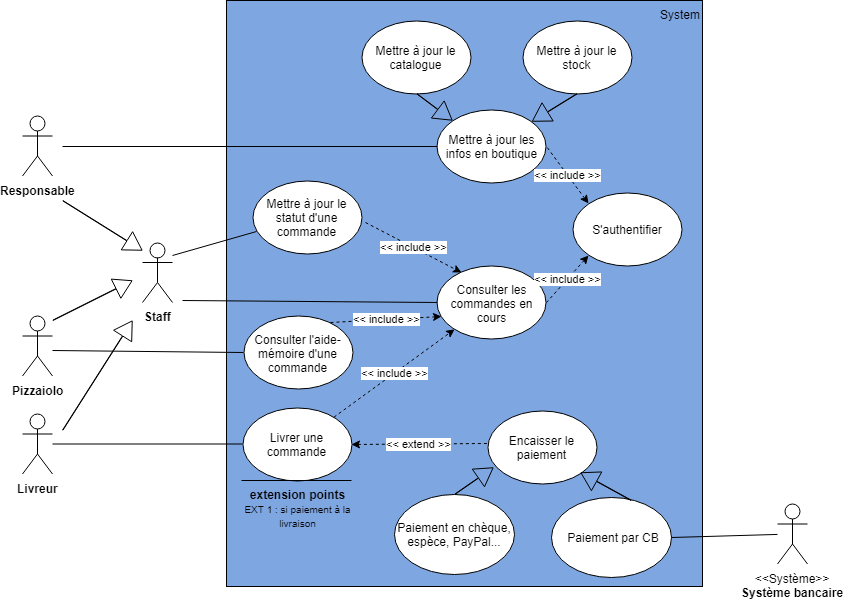
Earlier version of the draw.io export Diagrammes/Diagramme CU Gestion Interne.png (Siridian/OCPizzaSpecFonc). Source tidied: cells renumbered, new cells last; positions are measured from the earlier drawing's top-left corner, leaving out a move shared by most shapes. Its diagram source:
```xml
<mxGraphModel>
  <root>
    <mxCell id="0" />
    <mxCell id="1" parent="0" />
    <mxCell id="2" value="&lt;div style=&quot;text-align: left&quot;&gt;&lt;span&gt;System&lt;/span&gt;&lt;/div&gt;" style="whiteSpace=wrap;html=1;horizontal=1;fillColor=#7EA6E0;verticalAlign=top;labelPosition=center;verticalLabelPosition=middle;align=right;spacingLeft=325;" parent="1" vertex="1">
      <mxGeometry x="204" width="476" height="586" as="geometry" />
    </mxCell>
    <mxCell id="3" value="&lt;b&gt;Responsable&lt;/b&gt;&lt;br&gt;" style="shape=umlActor;verticalLabelPosition=bottom;labelBackgroundColor=#ffffff;verticalAlign=top;html=1;" parent="1" vertex="1">
      <mxGeometry y="115.5" width="30" height="60" as="geometry" />
    </mxCell>
    <mxCell id="4" value="&lt;b&gt;Pizzaiolo&lt;/b&gt;" style="shape=umlActor;verticalLabelPosition=bottom;labelBackgroundColor=#ffffff;verticalAlign=top;html=1;" parent="1" vertex="1">
      <mxGeometry y="315.5" width="30" height="60" as="geometry" />
    </mxCell>
    <mxCell id="5" value="&lt;b&gt;Livreur&lt;br&gt;&lt;/b&gt;&lt;br&gt;" style="shape=umlActor;verticalLabelPosition=bottom;labelBackgroundColor=#ffffff;verticalAlign=top;html=1;outlineConnect=0;" parent="1" vertex="1">
      <mxGeometry y="413.5" width="30" height="60" as="geometry" />
    </mxCell>
    <mxCell id="6" value="Consulter les commandes en cours" style="ellipse;whiteSpace=wrap;html=1;" parent="1" vertex="1">
      <mxGeometry x="414.5" y="265.5" width="109" height="73" as="geometry" />
    </mxCell>
    <mxCell id="7" value="&amp;lt;&amp;lt; include &amp;gt;&amp;gt;" style="endArrow=classic;html=1;dashed=1;" parent="1" edge="1" source="9" target="6">
      <mxGeometry relative="1" as="geometry" />
    </mxCell>
    <mxCell id="8" value="Consulter l'aide-mémoire d'une commande" style="ellipse;whiteSpace=wrap;html=1;" parent="1" vertex="1">
      <mxGeometry x="221" y="315.5" width="109" height="73" as="geometry" />
    </mxCell>
    <mxCell id="9" value="Livrer une commande&lt;br&gt;" style="ellipse;whiteSpace=wrap;html=1;" parent="1" vertex="1">
      <mxGeometry x="220" y="407" width="109" height="73" as="geometry" />
    </mxCell>
    <mxCell id="10" value="Mettre à jour le catalogue" style="ellipse;whiteSpace=wrap;html=1;" parent="1" vertex="1">
      <mxGeometry x="339" y="20" width="109" height="73" as="geometry" />
    </mxCell>
    <mxCell id="11" value="Mettre à jour les infos en boutique&lt;br&gt;" style="ellipse;whiteSpace=wrap;html=1;" parent="1" vertex="1">
      <mxGeometry x="414.5" y="109" width="109" height="73" as="geometry" />
    </mxCell>
    <mxCell id="12" style="endArrow=none;html=1;endFill=0;entryX=0;entryY=0.5;entryDx=0;entryDy=0;" parent="1" edge="1" target="11">
      <mxGeometry relative="1" as="geometry">
        <mxPoint x="40" y="146" as="sourcePoint" />
      </mxGeometry>
    </mxCell>
    <mxCell id="13" value="&amp;lt;&amp;lt; include &amp;gt;&amp;gt;" style="endArrow=classic;html=1;dashed=1;exitX=0.799;exitY=0.091;exitDx=0;exitDy=0;entryX=0.041;entryY=0.688;entryDx=0;entryDy=0;exitPerimeter=0;entryPerimeter=0;" parent="1" edge="1" source="8" target="6">
      <mxGeometry relative="1" as="geometry" />
    </mxCell>
    <mxCell id="14" style="endArrow=none;html=1;endFill=0;entryX=0;entryY=0.5;entryDx=0;entryDy=0;" parent="1" edge="1" target="8">
      <mxGeometry relative="1" as="geometry">
        <mxPoint x="30" y="350" as="sourcePoint" />
      </mxGeometry>
    </mxCell>
    <mxCell id="15" style="endArrow=none;html=1;endFill=0;" parent="1" edge="1" source="5" target="9">
      <mxGeometry relative="1" as="geometry" />
    </mxCell>
    <mxCell id="16" style="endArrow=none;html=1;endFill=0;entryX=0;entryY=0.5;entryDx=0;entryDy=0;" parent="1" edge="1" target="6">
      <mxGeometry relative="1" as="geometry">
        <mxPoint x="160" y="300" as="sourcePoint" />
      </mxGeometry>
    </mxCell>
    <mxCell id="17" value="Mettre à jour le stock" style="ellipse;whiteSpace=wrap;html=1;" parent="1" vertex="1">
      <mxGeometry x="500" y="20" width="109" height="73" as="geometry" />
    </mxCell>
    <mxCell id="18" style="shape=flexArrow;endArrow=classic;html=1;width=0.4;endSize=5.616;exitX=0.5;exitY=1;exitDx=0;exitDy=0;" parent="1" edge="1" source="17" target="11">
      <mxGeometry relative="1" as="geometry" />
    </mxCell>
    <mxCell id="19" style="shape=flexArrow;endArrow=classic;html=1;width=0.4;endSize=5.616;exitX=0.5;exitY=1;exitDx=0;exitDy=0;entryX=0;entryY=0;entryDx=0;entryDy=0;" parent="1" edge="1" source="10" target="11">
      <mxGeometry relative="1" as="geometry" />
    </mxCell>
    <mxCell id="20" value="S'authentifier&lt;br&gt;" style="ellipse;whiteSpace=wrap;html=1;" parent="1" vertex="1">
      <mxGeometry x="550" y="192.5" width="109" height="73" as="geometry" />
    </mxCell>
    <mxCell id="21" value="&amp;lt;&amp;lt; include &amp;gt;&amp;gt;" style="endArrow=none;html=1;dashed=1;exitX=0;exitY=1;exitDx=0;exitDy=0;entryX=1;entryY=0.5;entryDx=0;entryDy=0;endFill=0;startArrow=classic;startFill=1;" parent="1" edge="1" source="20" target="6">
      <mxGeometry relative="1" as="geometry" />
    </mxCell>
    <mxCell id="22" value="&amp;lt;&amp;lt; include &amp;gt;&amp;gt;" style="endArrow=none;html=1;dashed=1;exitX=0;exitY=0;exitDx=0;exitDy=0;entryX=1;entryY=0.5;entryDx=0;entryDy=0;endFill=0;startArrow=classic;startFill=1;" parent="1" edge="1" source="20" target="11">
      <mxGeometry relative="1" as="geometry" />
    </mxCell>
    <mxCell id="23" value="Mettre à jour le statut d'une commande" style="ellipse;whiteSpace=wrap;html=1;" parent="1" vertex="1">
      <mxGeometry x="230" y="180" width="109" height="73" as="geometry" />
    </mxCell>
    <mxCell id="24" style="endArrow=none;html=1;endFill=0;entryX=0.041;entryY=0.704;entryDx=0;entryDy=0;entryPerimeter=0;" parent="1" edge="1" target="23">
      <mxGeometry relative="1" as="geometry">
        <mxPoint x="150" y="255" as="sourcePoint" />
      </mxGeometry>
    </mxCell>
    <mxCell id="25" value="&amp;lt;&amp;lt; include &amp;gt;&amp;gt;" style="endArrow=classic;html=1;dashed=1;exitX=1.035;exitY=0.577;exitDx=0;exitDy=0;entryX=0.229;entryY=0.095;entryDx=0;entryDy=0;exitPerimeter=0;entryPerimeter=0;" parent="1" edge="1" source="23" target="6">
      <mxGeometry relative="1" as="geometry" />
    </mxCell>
    <mxCell id="26" value="Encaisser le paiement&lt;br&gt;" style="ellipse;whiteSpace=wrap;html=1;" parent="1" vertex="1">
      <mxGeometry x="465" y="410" width="109" height="73" as="geometry" />
    </mxCell>
    <mxCell id="27" value="Paiement par CB" style="ellipse;whiteSpace=wrap;html=1;" parent="1" vertex="1">
      <mxGeometry x="529" y="497" width="120" height="80" as="geometry" />
    </mxCell>
    <mxCell id="28" value="Paiement en chèque, espèce, PayPal..." style="ellipse;whiteSpace=wrap;html=1;" parent="1" vertex="1">
      <mxGeometry x="371.5" y="493.5" width="120" height="80" as="geometry" />
    </mxCell>
    <mxCell id="29" style="shape=flexArrow;endArrow=classic;html=1;width=0.4;endSize=5.616;exitX=0.5;exitY=0;exitDx=0;exitDy=0;entryX=0.051;entryY=0.776;entryDx=0;entryDy=0;entryPerimeter=0;" parent="1" edge="1" source="28" target="26">
      <mxGeometry relative="1" as="geometry" />
    </mxCell>
    <mxCell id="30" style="shape=flexArrow;endArrow=classic;html=1;width=0.4;endSize=5.616;exitX=0.666;exitY=0.033;exitDx=0;exitDy=0;entryX=1;entryY=1;entryDx=0;entryDy=0;exitPerimeter=0;" parent="1" edge="1" source="27" target="26">
      <mxGeometry relative="1" as="geometry" />
    </mxCell>
    <mxCell id="31" value="&lt;b&gt;Staff&lt;/b&gt;" style="shape=umlActor;verticalLabelPosition=bottom;labelBackgroundColor=#ffffff;verticalAlign=top;html=1;" parent="1" vertex="1">
      <mxGeometry x="120" y="242" width="30" height="60" as="geometry" />
    </mxCell>
    <mxCell id="32" style="shape=flexArrow;endArrow=classic;html=1;width=0.4;endSize=5.616;" parent="1" edge="1">
      <mxGeometry relative="1" as="geometry">
        <mxPoint x="40" y="200" as="sourcePoint" />
        <mxPoint x="120" y="250" as="targetPoint" />
      </mxGeometry>
    </mxCell>
    <mxCell id="33" style="shape=flexArrow;endArrow=classic;html=1;width=0.4;endSize=5.616;" parent="1" edge="1">
      <mxGeometry relative="1" as="geometry">
        <mxPoint x="30" y="320" as="sourcePoint" />
        <mxPoint x="110" y="280" as="targetPoint" />
      </mxGeometry>
    </mxCell>
    <mxCell id="34" style="shape=flexArrow;endArrow=classic;html=1;width=0.4;endSize=5.616;" parent="1" edge="1">
      <mxGeometry relative="1" as="geometry">
        <mxPoint x="40" y="430" as="sourcePoint" />
        <mxPoint x="110" y="320" as="targetPoint" />
      </mxGeometry>
    </mxCell>
    <mxCell id="35" value="&lt;b&gt;extension points&lt;/b&gt;&lt;br&gt;&lt;font style=&quot;font-size: 10px&quot;&gt;EXT 1 : si paiement à la livraison&lt;/font&gt;&lt;br&gt;" style="text;html=1;strokeColor=none;fillColor=none;align=center;verticalAlign=middle;whiteSpace=wrap;rounded=0;" parent="1" vertex="1">
      <mxGeometry x="220" y="480" width="110" height="55" as="geometry" />
    </mxCell>
    <mxCell id="36" value="&amp;lt;&amp;lt; extend &amp;gt;&amp;gt;" style="endArrow=none;html=1;dashed=1;exitX=1;exitY=0.5;exitDx=0;exitDy=0;entryX=-0.004;entryY=0.447;entryDx=0;entryDy=0;entryPerimeter=0;startArrow=classic;startFill=1;endFill=0;" parent="1" edge="1" source="9" target="26">
      <mxGeometry relative="1" as="geometry" />
    </mxCell>
    <mxCell id="37" style="endArrow=none;html=1;" parent="1" edge="1">
      <mxGeometry relative="1" as="geometry">
        <mxPoint x="219" y="480" as="sourcePoint" />
        <mxPoint x="329" y="480" as="targetPoint" />
      </mxGeometry>
    </mxCell>
    <mxCell id="38" value="&amp;lt;&amp;lt;Système&amp;gt;&amp;gt;&lt;br&gt;&lt;b&gt;Système bancaire&lt;br&gt;&lt;/b&gt;&lt;br&gt;" style="shape=umlActor;verticalLabelPosition=bottom;labelBackgroundColor=#ffffff;verticalAlign=top;html=1;outlineConnect=0;" parent="1" vertex="1">
      <mxGeometry x="755" y="503.5" width="30" height="60" as="geometry" />
    </mxCell>
    <mxCell id="39" style="endArrow=none;html=1;endFill=0;exitX=1;exitY=0.5;exitDx=0;exitDy=0;" parent="1" edge="1" source="27" target="38">
      <mxGeometry relative="1" as="geometry" />
    </mxCell>
  </root>
</mxGraphModel>
```
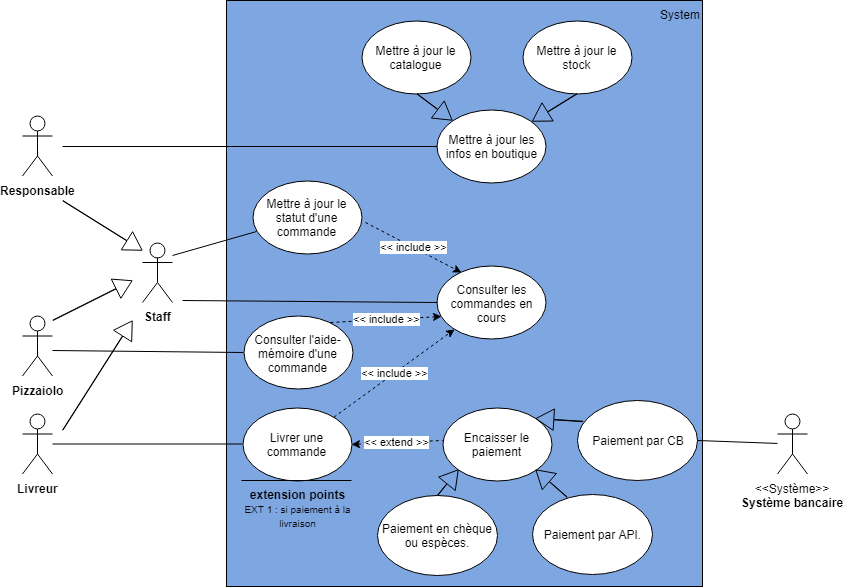
The same diagram one commit later.

Diff of the diagram source:
```diff
@@ -62,15 +62,6 @@
     <mxCell id="19" style="shape=flexArrow;endArrow=classic;html=1;width=0.4;endSize=5.616;exitX=0.5;exitY=1;exitDx=0;exitDy=0;entryX=0;entryY=0;entryDx=0;entryDy=0;" parent="1" edge="1" source="10" target="11">
       <mxGeometry relative="1" as="geometry" />
     </mxCell>
-    <mxCell id="20" value="S'authentifier&lt;br&gt;" style="ellipse;whiteSpace=wrap;html=1;" parent="1" vertex="1">
-      <mxGeometry x="550" y="192.5" width="109" height="73" as="geometry" />
-    </mxCell>
-    <mxCell id="21" value="&amp;lt;&amp;lt; include &amp;gt;&amp;gt;" style="endArrow=none;html=1;dashed=1;exitX=0;exitY=1;exitDx=0;exitDy=0;entryX=1;entryY=0.5;entryDx=0;entryDy=0;endFill=0;startArrow=classic;startFill=1;" parent="1" edge="1" source="20" target="6">
-      <mxGeometry relative="1" as="geometry" />
-    </mxCell>
-    <mxCell id="22" value="&amp;lt;&amp;lt; include &amp;gt;&amp;gt;" style="endArrow=none;html=1;dashed=1;exitX=0;exitY=0;exitDx=0;exitDy=0;entryX=1;entryY=0.5;entryDx=0;entryDy=0;endFill=0;startArrow=classic;startFill=1;" parent="1" edge="1" source="20" target="11">
-      <mxGeometry relative="1" as="geometry" />
-    </mxCell>
     <mxCell id="23" value="Mettre à jour le statut d'une commande" style="ellipse;whiteSpace=wrap;html=1;" parent="1" vertex="1">
       <mxGeometry x="230" y="180" width="109" height="73" as="geometry" />
     </mxCell>
@@ -83,18 +74,18 @@
       <mxGeometry relative="1" as="geometry" />
     </mxCell>
     <mxCell id="26" value="Encaisser le paiement&lt;br&gt;" style="ellipse;whiteSpace=wrap;html=1;" parent="1" vertex="1">
-      <mxGeometry x="465" y="410" width="109" height="73" as="geometry" />
+      <mxGeometry x="420" y="407" width="109" height="73" as="geometry" />
     </mxCell>
     <mxCell id="27" value="Paiement par CB" style="ellipse;whiteSpace=wrap;html=1;" parent="1" vertex="1">
-      <mxGeometry x="529" y="497" width="120" height="80" as="geometry" />
+      <mxGeometry x="554.5" y="400" width="120" height="80" as="geometry" />
     </mxCell>
-    <mxCell id="28" value="Paiement en chèque, espèce, PayPal..." style="ellipse;whiteSpace=wrap;html=1;" parent="1" vertex="1">
-      <mxGeometry x="371.5" y="493.5" width="120" height="80" as="geometry" />
+    <mxCell id="28" value="Paiement par API." style="ellipse;whiteSpace=wrap;html=1;" parent="1" vertex="1">
+      <mxGeometry x="510" y="493.5" width="120" height="80" as="geometry" />
     </mxCell>
-    <mxCell id="29" style="shape=flexArrow;endArrow=classic;html=1;width=0.4;endSize=5.616;exitX=0.5;exitY=0;exitDx=0;exitDy=0;entryX=0.051;entryY=0.776;entryDx=0;entryDy=0;entryPerimeter=0;" parent="1" edge="1" source="28" target="26">
+    <mxCell id="29" style="shape=flexArrow;endArrow=classic;html=1;width=0.4;endSize=5.616;exitX=0.292;exitY=0.044;exitDx=0;exitDy=0;entryX=1;entryY=1;entryDx=0;entryDy=0;exitPerimeter=0;" parent="1" edge="1" source="28" target="26">
       <mxGeometry relative="1" as="geometry" />
     </mxCell>
-    <mxCell id="30" style="shape=flexArrow;endArrow=classic;html=1;width=0.4;endSize=5.616;exitX=0.666;exitY=0.033;exitDx=0;exitDy=0;entryX=1;entryY=1;entryDx=0;entryDy=0;exitPerimeter=0;" parent="1" edge="1" source="27" target="26">
+    <mxCell id="30" style="shape=flexArrow;endArrow=classic;html=1;width=0.4;endSize=5.616;exitX=0.056;exitY=0.259;exitDx=0;exitDy=0;entryX=1;entryY=0;entryDx=0;entryDy=0;exitPerimeter=0;" parent="1" edge="1" source="27" target="26">
       <mxGeometry relative="1" as="geometry" />
     </mxCell>
     <mxCell id="31" value="&lt;b&gt;Staff&lt;/b&gt;" style="shape=umlActor;verticalLabelPosition=bottom;labelBackgroundColor=#ffffff;verticalAlign=top;html=1;" parent="1" vertex="1">
@@ -131,10 +122,16 @@
       </mxGeometry>
     </mxCell>
     <mxCell id="38" value="&amp;lt;&amp;lt;Système&amp;gt;&amp;gt;&lt;br&gt;&lt;b&gt;Système bancaire&lt;br&gt;&lt;/b&gt;&lt;br&gt;" style="shape=umlActor;verticalLabelPosition=bottom;labelBackgroundColor=#ffffff;verticalAlign=top;html=1;outlineConnect=0;" parent="1" vertex="1">
-      <mxGeometry x="755" y="503.5" width="30" height="60" as="geometry" />
+      <mxGeometry x="755" y="413.5" width="30" height="60" as="geometry" />
     </mxCell>
     <mxCell id="39" style="endArrow=none;html=1;endFill=0;exitX=1;exitY=0.5;exitDx=0;exitDy=0;" parent="1" edge="1" source="27" target="38">
       <mxGeometry relative="1" as="geometry" />
     </mxCell>
+    <mxCell id="40" value="Paiement en chèque ou espèces." style="ellipse;whiteSpace=wrap;html=1;" parent="1" vertex="1">
+      <mxGeometry x="354.5" y="495" width="120" height="80" as="geometry" />
+    </mxCell>
+    <mxCell id="41" style="shape=flexArrow;endArrow=classic;html=1;width=0.4;endSize=5.616;exitX=0.5;exitY=0;exitDx=0;exitDy=0;entryX=0;entryY=1;entryDx=0;entryDy=0;" parent="1" edge="1" source="40" target="26">
+      <mxGeometry relative="1" as="geometry" />
+    </mxCell>
   </root>
 </mxGraphModel>
```
